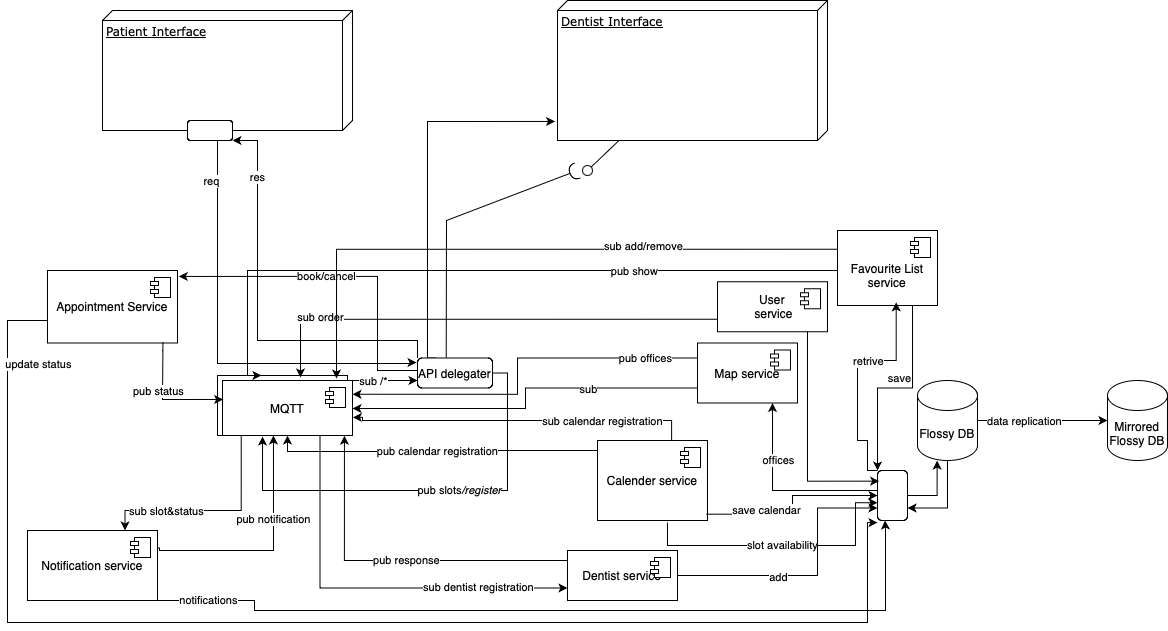
The draw.io diagram documentation/Diagrams/Component Diagram.png in reyhaneeab/flossy, before a commit. Source tidied: cells renumbered, new cells last; positions are measured from the earlier drawing's top-left corner, leaving out a move shared by most shapes.
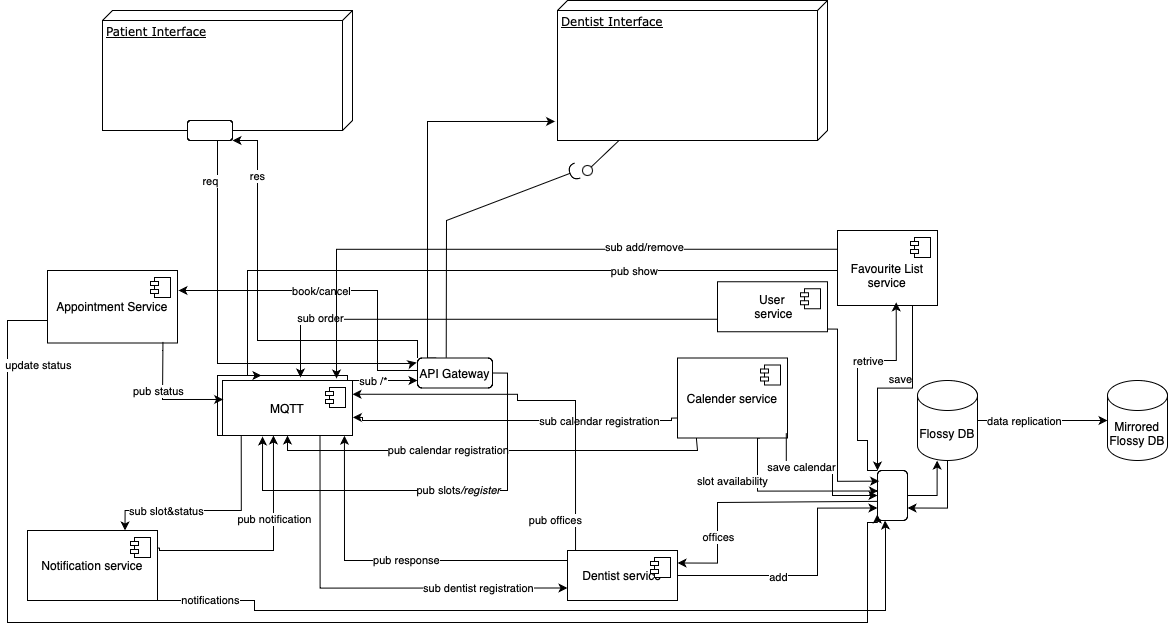
After the commit.

Diff of the diagram source:
```diff
@@ -71,29 +71,27 @@
         <mxPoint x="-27" y="7" as="offset" />
       </mxGeometry>
     </mxCell>
-    <mxCell id="18" style="edgeStyle=orthogonalEdgeStyle;rounded=0;jettySize=auto;html=1;exitX=0.027;exitY=0.113;exitDx=0;exitDy=0;entryX=0.5;entryY=1;entryDx=0;entryDy=0;exitPerimeter=0;" parent="1" edge="1" target="9">
+    <mxCell id="18" style="edgeStyle=orthogonalEdgeStyle;rounded=0;jettySize=auto;html=1;entryX=0.5;entryY=1;entryDx=0;entryDy=0;" parent="1" edge="1" target="9">
       <mxGeometry relative="1" as="geometry">
-        <mxPoint x="590" y="444.2" as="sourcePoint" />
+        <mxPoint x="689" y="430" as="sourcePoint" />
         <Array as="points">
-          <mxPoint x="590" y="450" />
-          <mxPoint x="439" y="450" />
-          <mxPoint x="439" y="451" />
-          <mxPoint x="280" y="451" />
+          <mxPoint x="689" y="439" />
+          <mxPoint x="690" y="439" />
+          <mxPoint x="690" y="450" />
+          <mxPoint x="280" y="450" />
         </Array>
       </mxGeometry>
     </mxCell>
     <mxCell id="19" value="pub calendar registration" style="edgeLabel;html=1;align=center;verticalAlign=middle;" parent="18" vertex="1">
       <mxGeometry x="-0.02" y="-1" relative="1" as="geometry">
-        <mxPoint x="-4" as="offset" />
+        <mxPoint x="-52" as="offset" />
       </mxGeometry>
     </mxCell>
-    <mxCell id="20" value="slot availability" style="edgeStyle=orthogonalEdgeStyle;rounded=0;jettySize=auto;html=1;exitX=0.636;exitY=1.025;exitDx=0;exitDy=0;entryX=0.102;entryY=0.066;entryDx=0;entryDy=0;entryPerimeter=0;exitPerimeter=0;" parent="1" edge="1" source="57">
-      <mxGeometry relative="1" as="geometry">
-        <mxPoint x="870" y="502.2" as="targetPoint" />
+    <mxCell id="20" value="slot availability" style="edgeStyle=orthogonalEdgeStyle;rounded=0;jettySize=auto;html=1;exitX=0.75;exitY=1;exitDx=0;exitDy=0;entryX=0.59;entryY=0.016;entryDx=0;entryDy=0;entryPerimeter=0;" parent="1" edge="1" source="57" target="29">
+      <mxGeometry x="-0.48" y="-25" relative="1" as="geometry">
         <Array as="points">
-          <mxPoint x="660" y="545" />
-          <mxPoint x="848" y="545" />
-          <mxPoint x="848" y="502" />
+          <mxPoint x="750" y="437" />
+          <mxPoint x="750" y="491" />
         </Array>
       </mxGeometry>
     </mxCell>
@@ -128,17 +126,18 @@
     <mxCell id="26" value="Flossy DB" style="shape=cylinder3;whiteSpace=wrap;html=1;boundedLbl=1;backgroundOutline=1;size=15;" parent="1" vertex="1">
       <mxGeometry x="910" y="380" width="60" height="80" as="geometry" />
     </mxCell>
-    <mxCell id="27" style="edgeStyle=orthogonalEdgeStyle;rounded=0;jettySize=auto;html=1;exitX=0.75;exitY=0;exitDx=0;exitDy=0;entryX=0.75;entryY=1;entryDx=0;entryDy=0;" parent="1" edge="1" source="29" target="67">
+    <mxCell id="27" style="edgeStyle=orthogonalEdgeStyle;rounded=0;jettySize=auto;html=1;exitX=0.383;exitY=0.016;exitDx=0;exitDy=0;entryX=1;entryY=0.25;entryDx=0;entryDy=0;exitPerimeter=0;" parent="1" edge="1" source="29" target="73">
       <mxGeometry relative="1" as="geometry">
         <Array as="points">
-          <mxPoint x="870" y="490" />
-          <mxPoint x="765" y="490" />
+          <mxPoint x="870" y="502" />
+          <mxPoint x="710" y="502" />
+          <mxPoint x="710" y="563" />
         </Array>
       </mxGeometry>
     </mxCell>
     <mxCell id="28" value="offices" style="edgeLabel;html=1;align=center;verticalAlign=middle;" parent="27" vertex="1">
       <mxGeometry x="0.43" y="1" relative="1" as="geometry">
-        <mxPoint x="6" as="offset" />
+        <mxPoint x="-1" y="8" as="offset" />
       </mxGeometry>
     </mxCell>
     <mxCell id="29" style="rounded=1;whiteSpace=wrap;html=1;rotation=-90;" parent="1" vertex="1">
@@ -183,15 +182,17 @@
     <mxCell id="36" value="pub slots&lt;i&gt;/register&lt;/i&gt;" style="edgeLabel;html=1;align=center;verticalAlign=middle;" parent="35" vertex="1">
       <mxGeometry x="-0.16" y="-1" relative="1" as="geometry" />
     </mxCell>
-    <mxCell id="37" value="API delegater" style="rounded=1;whiteSpace=wrap;html=1;" parent="1" vertex="1">
+    <mxCell id="37" value="API Gateway" style="rounded=1;whiteSpace=wrap;html=1;" parent="1" vertex="1">
       <mxGeometry x="410" y="357.5" width="75" height="30" as="geometry" />
     </mxCell>
-    <mxCell id="38" style="edgeStyle=orthogonalEdgeStyle;rounded=0;jettySize=auto;html=1;exitX=0;exitY=0.5;exitDx=0;exitDy=0;entryX=1.01;entryY=0.082;entryDx=0;entryDy=0;entryPerimeter=0;" parent="1" edge="1" source="37" target="11">
+    <mxCell id="38" style="edgeStyle=orthogonalEdgeStyle;rounded=0;jettySize=auto;html=1;exitX=0;exitY=0.5;exitDx=0;exitDy=0;" parent="1" edge="1" source="37">
       <mxGeometry relative="1" as="geometry">
+        <mxPoint x="171" y="290" as="targetPoint" />
         <Array as="points">
           <mxPoint x="410" y="370" />
           <mxPoint x="370" y="370" />
-          <mxPoint x="370" y="276" />
+          <mxPoint x="370" y="290" />
+          <mxPoint x="171" y="290" />
         </Array>
       </mxGeometry>
     </mxCell>
@@ -226,10 +227,11 @@
     <mxCell id="43" style="rounded=1;whiteSpace=wrap;html=1;" parent="1" vertex="1">
       <mxGeometry x="180" y="120" width="45" height="20" as="geometry" />
     </mxCell>
-    <mxCell id="44" style="edgeStyle=orthogonalEdgeStyle;rounded=0;jettySize=auto;html=1;exitX=1.003;exitY=0.388;exitDx=0;exitDy=0;entryX=0.787;entryY=0.056;entryDx=0;entryDy=0;exitPerimeter=0;entryPerimeter=0;" parent="1" edge="1" source="45" target="29">
+    <mxCell id="44" style="edgeStyle=orthogonalEdgeStyle;rounded=0;jettySize=auto;html=1;exitX=0.826;exitY=0.944;exitDx=0;exitDy=0;entryX=0.787;entryY=0.056;entryDx=0;entryDy=0;exitPerimeter=0;entryPerimeter=0;" parent="1" edge="1" source="45" target="29">
       <mxGeometry relative="1" as="geometry">
         <Array as="points">
-          <mxPoint x="800" y="481" />
+          <mxPoint x="830" y="329" />
+          <mxPoint x="830" y="481" />
         </Array>
       </mxGeometry>
     </mxCell>
@@ -283,10 +285,10 @@
     <mxCell id="54" value="retrive" style="edgeLabel;html=1;align=center;verticalAlign=middle;" parent="53" vertex="1">
       <mxGeometry x="0.24" relative="1" as="geometry" />
     </mxCell>
-    <mxCell id="55" style="edgeStyle=orthogonalEdgeStyle;rounded=0;jettySize=auto;html=1;exitX=0.57;exitY=0;exitDx=0;exitDy=0;entryX=1.003;entryY=0.67;entryDx=0;entryDy=0;entryPerimeter=0;exitPerimeter=0;" parent="1" edge="1" target="9">
+    <mxCell id="55" style="edgeStyle=orthogonalEdgeStyle;rounded=0;jettySize=auto;html=1;exitX=0;exitY=0.75;exitDx=0;exitDy=0;entryX=1.003;entryY=0.67;entryDx=0;entryDy=0;entryPerimeter=0;" parent="1" edge="1" source="57" target="9">
       <mxGeometry relative="1" as="geometry">
-        <mxPoint x="664.1" y="440" as="sourcePoint" />
         <Array as="points">
+          <mxPoint x="664" y="417" />
           <mxPoint x="664" y="420" />
           <mxPoint x="355" y="420" />
           <mxPoint x="355" y="417" />
@@ -299,30 +301,36 @@
       </mxGeometry>
     </mxCell>
     <mxCell id="57" value="Calender service" style="html=1;whiteSpace=wrap;" parent="1" vertex="1">
-      <mxGeometry x="590" y="440" width="110" height="80" as="geometry" />
+      <mxGeometry x="670" y="357.5" width="110" height="80" as="geometry" />
     </mxCell>
     <mxCell id="58" style="shape=module;jettyWidth=8;jettyHeight=4;" parent="57" vertex="1">
       <mxGeometry x="1" width="20" height="20" relative="1" as="geometry">
         <mxPoint x="-27" y="7" as="offset" />
       </mxGeometry>
     </mxCell>
-    <mxCell id="59" style="edgeStyle=orthogonalEdgeStyle;rounded=0;jettySize=auto;html=1;exitX=0.988;exitY=0.921;exitDx=0;exitDy=0;entryX=0.5;entryY=0;entryDx=0;entryDy=0;exitPerimeter=0;" parent="1" edge="1" source="57" target="29">
-      <mxGeometry relative="1" as="geometry" />
+    <mxCell id="59" style="edgeStyle=orthogonalEdgeStyle;rounded=0;jettySize=auto;html=1;exitX=0.989;exitY=0.939;exitDx=0;exitDy=0;entryX=0.5;entryY=0;entryDx=0;entryDy=0;exitPerimeter=0;" parent="1" edge="1" source="57" target="29">
+      <mxGeometry relative="1" as="geometry">
+        <Array as="points">
+          <mxPoint x="779" y="470" />
+          <mxPoint x="825" y="470" />
+          <mxPoint x="825" y="495" />
+        </Array>
+      </mxGeometry>
     </mxCell>
     <mxCell id="60" value="save calendar" style="edgeLabel;html=1;align=center;verticalAlign=middle;" parent="59" vertex="1">
       <mxGeometry x="-0.2" relative="1" as="geometry">
-        <mxPoint x="-16" y="-4" as="offset" />
+        <mxPoint x="-10" y="-4" as="offset" />
       </mxGeometry>
     </mxCell>
-    <mxCell id="61" style="edgeStyle=orthogonalEdgeStyle;rounded=0;jettySize=auto;html=1;exitX=0;exitY=0.75;exitDx=0;exitDy=0;entryX=0;entryY=0;entryDx=0;entryDy=0;" parent="1" edge="1" source="11">
+    <mxCell id="61" style="edgeStyle=orthogonalEdgeStyle;rounded=0;jettySize=auto;html=1;exitX=0;exitY=0.75;exitDx=0;exitDy=0;entryX=0.121;entryY=-0.007;entryDx=0;entryDy=0;entryPerimeter=0;" parent="1" edge="1" source="11" target="29">
       <mxGeometry relative="1" as="geometry">
-        <mxPoint x="870" y="522.1" as="targetPoint" />
         <Array as="points">
           <mxPoint x="40" y="320" />
           <mxPoint y="320" />
           <mxPoint y="622" />
           <mxPoint x="860" y="622" />
           <mxPoint x="860" y="522" />
+          <mxPoint x="870" y="522" />
         </Array>
       </mxGeometry>
     </mxCell>
@@ -331,10 +339,11 @@
         <mxPoint x="30" y="-2" as="offset" />
       </mxGeometry>
     </mxCell>
-    <mxCell id="63" style="edgeStyle=orthogonalEdgeStyle;rounded=0;jettySize=auto;html=1;exitX=0;exitY=0.25;exitDx=0;exitDy=0;entryX=1;entryY=0.25;entryDx=0;entryDy=0;" parent="1" edge="1" source="67" target="9">
+    <mxCell id="63" style="edgeStyle=orthogonalEdgeStyle;rounded=0;jettySize=auto;html=1;exitX=0.073;exitY=0;exitDx=0;exitDy=0;entryX=1;entryY=0.25;entryDx=0;entryDy=0;exitPerimeter=0;" parent="1" edge="1" source="73" target="9">
       <mxGeometry relative="1" as="geometry">
         <Array as="points">
-          <mxPoint x="510" y="358" />
+          <mxPoint x="568" y="400" />
+          <mxPoint x="510" y="400" />
           <mxPoint x="510" y="394" />
         </Array>
       </mxGeometry>
@@ -344,29 +353,6 @@
         <mxPoint x="-22" y="1" as="offset" />
       </mxGeometry>
     </mxCell>
-    <mxCell id="65" style="edgeStyle=orthogonalEdgeStyle;rounded=0;jettySize=auto;html=1;exitX=0;exitY=0.75;exitDx=0;exitDy=0;" parent="1" edge="1" source="67">
-      <mxGeometry relative="1" as="geometry">
-        <mxPoint x="345" y="408" as="targetPoint" />
-        <Array as="points">
-          <mxPoint x="518" y="387" />
-          <mxPoint x="518" y="408" />
-          <mxPoint x="345" y="408" />
-        </Array>
-      </mxGeometry>
-    </mxCell>
-    <mxCell id="66" value="sub" style="edgeLabel;html=1;align=center;verticalAlign=middle;" parent="65" vertex="1">
-      <mxGeometry x="0.17" y="-1" relative="1" as="geometry">
-        <mxPoint x="83" y="-19" as="offset" />
-      </mxGeometry>
-    </mxCell>
-    <mxCell id="67" value="Map service" style="html=1;whiteSpace=wrap;" parent="1" vertex="1">
-      <mxGeometry x="690" y="342.5" width="100" height="60" as="geometry" />
-    </mxCell>
-    <mxCell id="68" style="shape=module;jettyWidth=8;jettyHeight=4;" parent="67" vertex="1">
-      <mxGeometry x="1" width="20" height="20" relative="1" as="geometry">
-        <mxPoint x="-27" y="7" as="offset" />
-      </mxGeometry>
-    </mxCell>
     <mxCell id="69" style="edgeStyle=orthogonalEdgeStyle;rounded=0;jettySize=auto;html=1;exitX=0.75;exitY=1;exitDx=0;exitDy=0;entryX=0;entryY=0.25;entryDx=0;entryDy=0;" parent="1" edge="1" source="16" target="29">
       <mxGeometry relative="1" as="geometry">
         <Array as="points">
```
